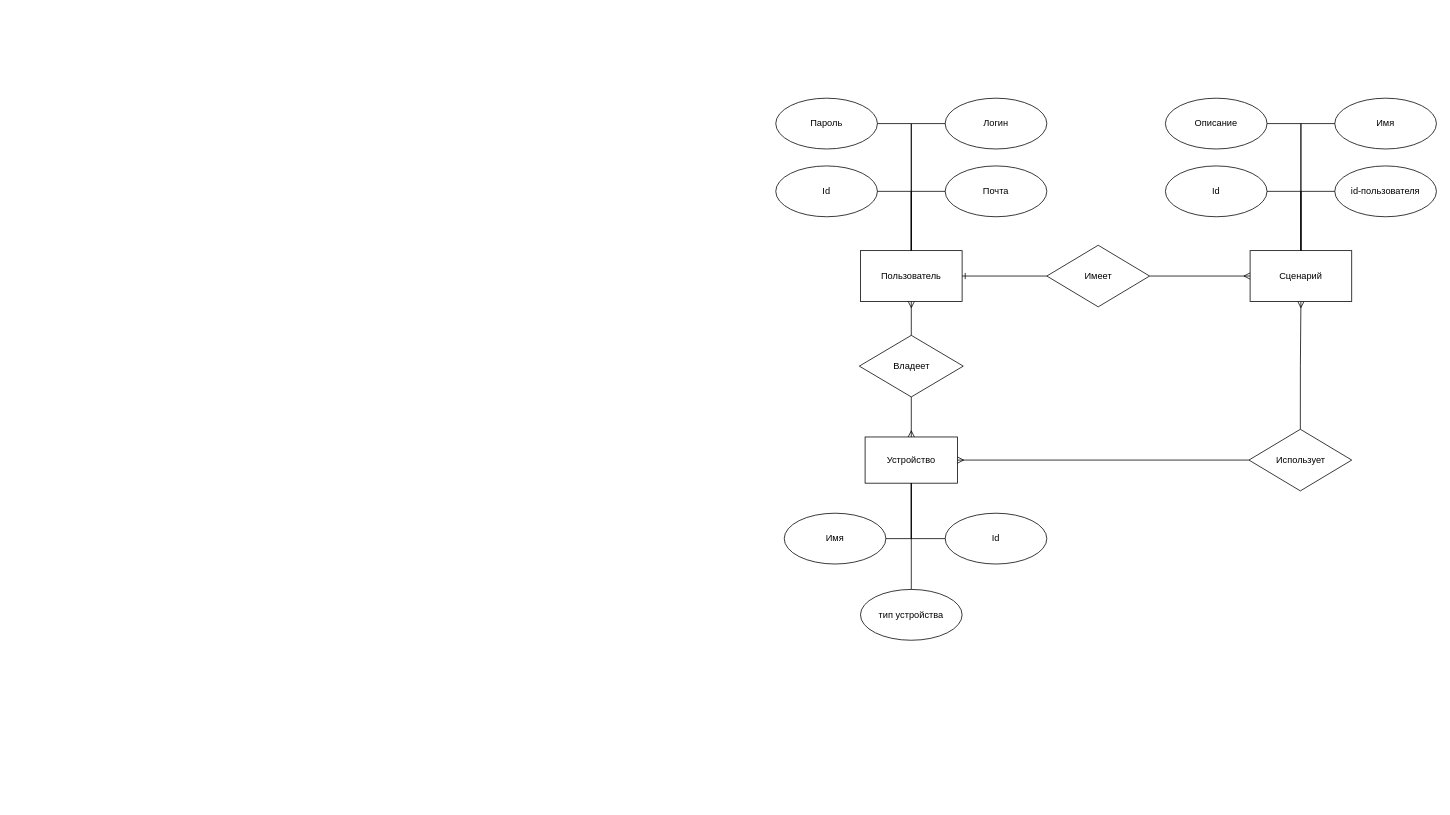
The draw.io diagram other/er.drawio in Mamvriyskiy/IoT_system, before the edit. Source tidied: cells renumbered, new cells numbered last; positions are measured from the earlier drawing's top-left corner, leaving out a move shared by most shapes. Both pictures are drawn from the tidied source at 77%, with x=0, y=0 at pixel (775, 98).
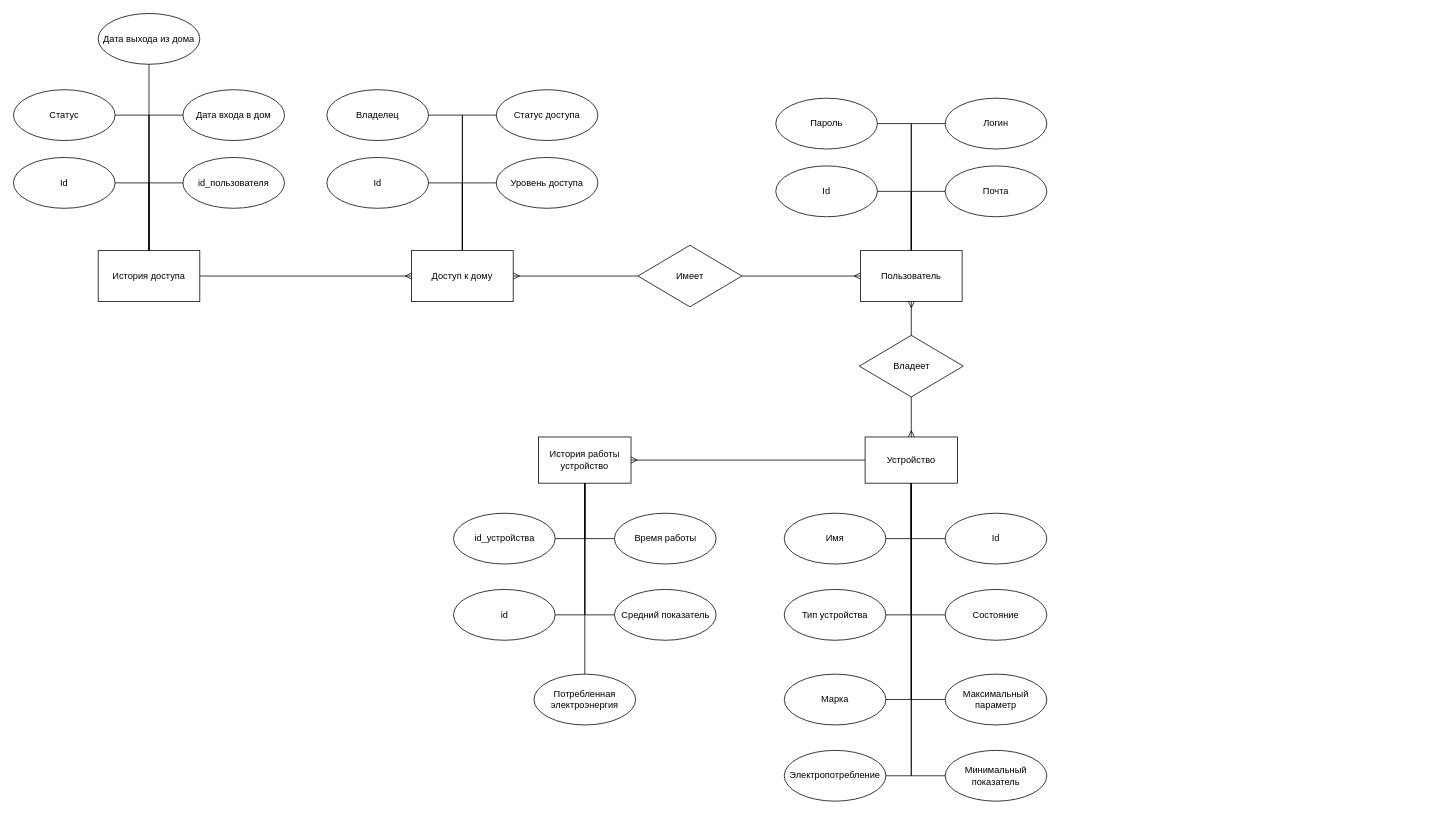
The same diagram, later.

The change refers to these unchanged cells:
```xml
<mxCell id="2" value="Пользователь" style="rounded=0;whiteSpace=wrap;html=1;" parent="1" vertex="1">
  <mxGeometry x="110" y="198" width="132" height="66" as="geometry" />
</mxCell>
<mxCell id="11" value="Устройство" style="rounded=0;whiteSpace=wrap;html=1;" parent="1" vertex="1">
  <mxGeometry x="116" y="440" width="120" height="60" as="geometry" />
</mxCell>
```

Diff of the diagram source:
```diff
@@
-    <mxCell id="19" value="Сценарий" style="rounded=0;whiteSpace=wrap;html=1;" parent="1" vertex="1">
-      <mxGeometry x="616" y="198" width="132" height="66" as="geometry" />
-    </mxCell>
-    <mxCell id="20" value="Описание" style="ellipse;whiteSpace=wrap;html=1;" parent="1" vertex="1">
-      <mxGeometry x="506" width="132" height="66" as="geometry" />
-    </mxCell>
-    <mxCell id="21" value="Имя" style="ellipse;whiteSpace=wrap;html=1;" parent="1" vertex="1">
-      <mxGeometry x="726" width="132" height="66" as="geometry" />
-    </mxCell>
-    <mxCell id="22" value="Id" style="ellipse;whiteSpace=wrap;html=1;" parent="1" vertex="1">
-      <mxGeometry x="506" y="88" width="132" height="66" as="geometry" />
-    </mxCell>
-    <mxCell id="23" value="id-пользователя" style="ellipse;whiteSpace=wrap;html=1;" parent="1" vertex="1">
-      <mxGeometry x="726" y="88" width="132" height="66" as="geometry" />
-    </mxCell>
-    <mxCell id="24" style="endArrow=none;html=1;rounded=0;exitX=0.5;exitY=0;exitDx=0;exitDy=0;entryX=0;entryY=0.5;entryDx=0;entryDy=0;" parent="1" edge="1" target="21">
-      <mxGeometry relative="1" as="geometry">
-        <mxPoint x="682" y="198" as="sourcePoint" />
-        <Array as="points">
-          <mxPoint x="682" y="33" />
-        </Array>
-      </mxGeometry>
-    </mxCell>
-    <mxCell id="25" style="endArrow=none;html=1;rounded=0;exitX=0.5;exitY=0;exitDx=0;exitDy=0;entryX=1;entryY=0.5;entryDx=0;entryDy=0;" parent="1" edge="1" target="20">
-      <mxGeometry relative="1" as="geometry">
-        <mxPoint x="682" y="198" as="sourcePoint" />
-        <Array as="points">
-          <mxPoint x="682" y="33" />
-        </Array>
-      </mxGeometry>
-    </mxCell>
-    <mxCell id="26" style="endArrow=none;html=1;rounded=0;exitX=0.5;exitY=0;exitDx=0;exitDy=0;entryX=0;entryY=0.5;entryDx=0;entryDy=0;" parent="1" edge="1" target="23">
-      <mxGeometry relative="1" as="geometry">
-        <mxPoint x="682" y="198" as="sourcePoint" />
-        <Array as="points">
-          <mxPoint x="682" y="121" />
-        </Array>
-      </mxGeometry>
-    </mxCell>
-    <mxCell id="27" style="endArrow=none;html=1;rounded=0;exitX=0.5;exitY=0;exitDx=0;exitDy=0;entryX=1;entryY=0.5;entryDx=0;entryDy=0;" parent="1" edge="1" target="22">
-      <mxGeometry relative="1" as="geometry">
-        <mxPoint x="682" y="198" as="sourcePoint" />
-        <Array as="points">
-          <mxPoint x="682" y="121" />
-        </Array>
-      </mxGeometry>
-    </mxCell>
+    <mxCell id="34" value="Тип устройства" style="ellipse;whiteSpace=wrap;html=1;" parent="1" vertex="1">
+      <mxGeometry x="11" y="638" width="132" height="66" as="geometry" />
+    </mxCell>
+    <mxCell id="36" value="Состояние" style="ellipse;whiteSpace=wrap;html=1;" parent="1" vertex="1">
+      <mxGeometry x="220" y="638" width="132" height="66" as="geometry" />
+    </mxCell>
+    <mxCell id="37" value="Марка" style="ellipse;whiteSpace=wrap;html=1;" parent="1" vertex="1">
+      <mxGeometry x="11" y="748" width="132" height="66" as="geometry" />
+    </mxCell>
+    <mxCell id="38" value="Максимальный параметр" style="ellipse;whiteSpace=wrap;html=1;" parent="1" vertex="1">
+      <mxGeometry x="220" y="748" width="132" height="66" as="geometry" />
+    </mxCell>
+    <mxCell id="39" value="Минимальный показатель" style="ellipse;whiteSpace=wrap;html=1;" parent="1" vertex="1">
+      <mxGeometry x="220" y="847" width="132" height="66" as="geometry" />
+    </mxCell>
+    <mxCell id="40" style="endArrow=none;html=1;rounded=0;entryX=0.5;entryY=1;entryDx=0;entryDy=0;exitX=1;exitY=0.5;exitDx=0;exitDy=0;" parent="1" edge="1" source="34" target="11">
+      <mxGeometry relative="1" as="geometry">
+        <Array as="points">
+          <mxPoint x="176" y="671" />
+        </Array>
+      </mxGeometry>
+    </mxCell>
+    <mxCell id="41" style="endArrow=none;html=1;rounded=0;entryX=0.5;entryY=1;entryDx=0;entryDy=0;exitX=0;exitY=0.5;exitDx=0;exitDy=0;" parent="1" edge="1" source="36" target="11">
+      <mxGeometry relative="1" as="geometry">
+        <Array as="points">
+          <mxPoint x="176" y="671" />
+        </Array>
+      </mxGeometry>
+    </mxCell>
+    <mxCell id="42" style="endArrow=none;html=1;rounded=0;entryX=0.5;entryY=1;entryDx=0;entryDy=0;exitX=1;exitY=0.5;exitDx=0;exitDy=0;" parent="1" edge="1" source="37" target="11">
+      <mxGeometry relative="1" as="geometry">
+        <Array as="points">
+          <mxPoint x="176" y="781" />
+        </Array>
+      </mxGeometry>
+    </mxCell>
+    <mxCell id="43" style="endArrow=none;html=1;rounded=0;entryX=0.5;entryY=1;entryDx=0;entryDy=0;exitX=0;exitY=0.5;exitDx=0;exitDy=0;" parent="1" edge="1" source="38" target="11">
+      <mxGeometry relative="1" as="geometry">
+        <Array as="points">
+          <mxPoint x="176" y="781" />
+        </Array>
+      </mxGeometry>
+    </mxCell>
+    <mxCell id="44" style="endArrow=none;html=1;rounded=0;entryX=0.5;entryY=1;entryDx=0;entryDy=0;exitX=1;exitY=0.5;exitDx=0;exitDy=0;" parent="1" edge="1" target="11">
+      <mxGeometry relative="1" as="geometry">
+        <mxPoint x="143" y="880" as="sourcePoint" />
+        <Array as="points">
+          <mxPoint x="176" y="880" />
+        </Array>
+      </mxGeometry>
+    </mxCell>
+    <mxCell id="45" style="endArrow=none;html=1;rounded=0;entryX=0.5;entryY=1;entryDx=0;entryDy=0;exitX=0;exitY=0.5;exitDx=0;exitDy=0;" parent="1" edge="1" source="39" target="11">
+      <mxGeometry relative="1" as="geometry">
+        <Array as="points">
+          <mxPoint x="176" y="880" />
+        </Array>
+      </mxGeometry>
+    </mxCell>
+    <mxCell id="46" value="Электропотребление" style="ellipse;whiteSpace=wrap;html=1;" parent="1" vertex="1">
+      <mxGeometry x="11" y="847" width="132" height="66" as="geometry" />
+    </mxCell>
+    <mxCell id="47" value="История работы устройство" style="rounded=0;whiteSpace=wrap;html=1;" parent="1" vertex="1">
+      <mxGeometry x="-308" y="440" width="120" height="60" as="geometry" />
+    </mxCell>
+    <mxCell id="48" style="endArrow=ERmany;html=1;rounded=0;exitX=0;exitY=0.5;exitDx=0;exitDy=0;entryX=1;entryY=0.5;entryDx=0;entryDy=0;startArrow=none;startFill=0;endFill=0;" parent="1" edge="1" source="11" target="47">
+      <mxGeometry relative="1" as="geometry" />
+    </mxCell>
+    <mxCell id="49" value="id_устройства" style="ellipse;whiteSpace=wrap;html=1;" parent="1" vertex="1">
+      <mxGeometry x="-418.5" y="539" width="132" height="66" as="geometry" />
+    </mxCell>
+    <mxCell id="50" value="Время работы" style="ellipse;whiteSpace=wrap;html=1;" parent="1" vertex="1">
+      <mxGeometry x="-209.5" y="539" width="132" height="66" as="geometry" />
+    </mxCell>
+    <mxCell id="51" value="id" style="ellipse;whiteSpace=wrap;html=1;" parent="1" vertex="1">
+      <mxGeometry x="-418.5" y="638" width="132" height="66" as="geometry" />
+    </mxCell>
+    <mxCell id="52" value="Средний показатель" style="ellipse;whiteSpace=wrap;html=1;" parent="1" vertex="1">
+      <mxGeometry x="-209.5" y="638" width="132" height="66" as="geometry" />
+    </mxCell>
+    <mxCell id="53" style="endArrow=none;html=1;rounded=0;entryX=0.5;entryY=1;entryDx=0;entryDy=0;exitX=1;exitY=0.5;exitDx=0;exitDy=0;" parent="1" edge="1" source="51" target="47">
+      <mxGeometry relative="1" as="geometry">
+        <Array as="points">
+          <mxPoint x="-248" y="671" />
+        </Array>
+      </mxGeometry>
+    </mxCell>
+    <mxCell id="54" style="endArrow=none;html=1;rounded=0;entryX=0.5;entryY=1;entryDx=0;entryDy=0;exitX=0;exitY=0.5;exitDx=0;exitDy=0;" parent="1" edge="1" source="52" target="47">
+      <mxGeometry relative="1" as="geometry">
+        <Array as="points">
+          <mxPoint x="-248" y="671" />
+        </Array>
+      </mxGeometry>
+    </mxCell>
+    <mxCell id="55" style="endArrow=none;html=1;rounded=0;entryX=0.5;entryY=1;entryDx=0;entryDy=0;exitX=1;exitY=0.5;exitDx=0;exitDy=0;" parent="1" edge="1" source="49" target="47">
+      <mxGeometry relative="1" as="geometry">
+        <Array as="points">
+          <mxPoint x="-248" y="572" />
+        </Array>
+      </mxGeometry>
+    </mxCell>
+    <mxCell id="56" style="endArrow=none;html=1;rounded=0;exitX=0;exitY=0.5;exitDx=0;exitDy=0;entryX=0.5;entryY=1;entryDx=0;entryDy=0;" parent="1" edge="1" source="50" target="47">
+      <mxGeometry relative="1" as="geometry">
+        <Array as="points">
+          <mxPoint x="-248" y="572" />
+        </Array>
+      </mxGeometry>
+    </mxCell>
+    <mxCell id="57" value="Потребленная электроэнергия" style="ellipse;whiteSpace=wrap;html=1;" parent="1" vertex="1">
+      <mxGeometry x="-314" y="748" width="132" height="66" as="geometry" />
+    </mxCell>
+    <mxCell id="58" style="endArrow=none;html=1;rounded=0;entryX=0.5;entryY=1;entryDx=0;entryDy=0;exitX=0.5;exitY=0;exitDx=0;exitDy=0;" parent="1" edge="1" source="57" target="47">
+      <mxGeometry relative="1" as="geometry" />
+    </mxCell>
+    <mxCell id="30" value="Имеет" style="rhombus;whiteSpace=wrap;html=1;" parent="1" vertex="1">
+      <mxGeometry x="-179" y="191" width="135" height="80" as="geometry" />
+    </mxCell>
-    <mxCell id="28" style="edgeStyle=orthogonalEdgeStyle;rounded=0;jettySize=auto;html=1;exitX=0;exitY=0.5;exitDx=0;exitDy=0;entryX=1;entryY=0.5;entryDx=0;entryDy=0;endArrow=ERone;endFill=0;" parent="1" edge="1" source="30" target="2">
+    <mxCell id="28" style="endArrow=ERmany;html=1;rounded=0;entryX=0;entryY=0.5;entryDx=0;entryDy=0;exitX=1;exitY=0.5;exitDx=0;exitDy=0;startArrow=none;startFill=0;endFill=0;" parent="1" edge="1" source="30" target="2">
       <mxGeometry relative="1" as="geometry" />
     </mxCell>
-    <mxCell id="29" style="edgeStyle=orthogonalEdgeStyle;rounded=0;jettySize=auto;html=1;exitX=1;exitY=0.5;exitDx=0;exitDy=0;entryX=0;entryY=0.5;entryDx=0;entryDy=0;endArrow=ERmany;endFill=0;" parent="1" edge="1" source="30" target="19">
-      <mxGeometry relative="1" as="geometry" />
-    </mxCell>
-    <mxCell id="30" value="Имеет" style="rhombus;whiteSpace=wrap;html=1;" parent="1" vertex="1">
-      <mxGeometry x="352" y="191" width="133.5" height="80" as="geometry" />
-    </mxCell>
-    <mxCell id="31" style="edgeStyle=orthogonalEdgeStyle;rounded=0;jettySize=auto;html=1;exitX=0;exitY=0.5;exitDx=0;exitDy=0;entryX=1;entryY=0.5;entryDx=0;entryDy=0;endArrow=ERmany;endFill=0;" parent="1" edge="1" source="33" target="11">
-      <mxGeometry relative="1" as="geometry" />
-    </mxCell>
-    <mxCell id="32" style="edgeStyle=orthogonalEdgeStyle;rounded=0;jettySize=auto;html=1;exitX=0.5;exitY=0;exitDx=0;exitDy=0;entryX=0.5;entryY=1;entryDx=0;entryDy=0;endArrow=ERmany;endFill=0;" parent="1" edge="1" source="33" target="19">
-      <mxGeometry relative="1" as="geometry" />
-    </mxCell>
-    <mxCell id="33" value="Использует" style="rhombus;whiteSpace=wrap;html=1;" parent="1" vertex="1">
-      <mxGeometry x="614.5" y="430" width="133.5" height="80" as="geometry" />
-    </mxCell>
-    <mxCell id="34" value="тип устройства" style="ellipse;whiteSpace=wrap;html=1;" parent="1" vertex="1">
-      <mxGeometry x="110" y="638" width="132" height="66" as="geometry" />
-    </mxCell>
-    <mxCell id="35" style="endArrow=none;html=1;rounded=0;exitX=0.5;exitY=1;exitDx=0;exitDy=0;" parent="1" edge="1" source="11" target="34">
-      <mxGeometry relative="1" as="geometry" />
-    </mxCell>
+    <mxCell id="59" value="Доступ к дому" style="rounded=0;whiteSpace=wrap;html=1;" parent="1" vertex="1">
+      <mxGeometry x="-473" y="198" width="132" height="66" as="geometry" />
+    </mxCell>
+    <mxCell id="60" style="endArrow=none;html=1;rounded=0;entryX=0;entryY=0.5;entryDx=0;entryDy=0;exitX=1;exitY=0.5;exitDx=0;exitDy=0;startArrow=ERmany;startFill=0;" parent="1" edge="1" source="59" target="30">
+      <mxGeometry relative="1" as="geometry" />
+    </mxCell>
+    <mxCell id="61" value="Владелец" style="ellipse;whiteSpace=wrap;html=1;" parent="1" vertex="1">
+      <mxGeometry x="-583" y="-11" width="132" height="66" as="geometry" />
+    </mxCell>
+    <mxCell id="62" value="Статус доступа" style="ellipse;whiteSpace=wrap;html=1;" parent="1" vertex="1">
+      <mxGeometry x="-363" y="-11" width="132" height="66" as="geometry" />
+    </mxCell>
+    <mxCell id="63" value="Id" style="ellipse;whiteSpace=wrap;html=1;" parent="1" vertex="1">
+      <mxGeometry x="-583" y="77" width="132" height="66" as="geometry" />
+    </mxCell>
+    <mxCell id="64" value="Уровень доступа" style="ellipse;whiteSpace=wrap;html=1;" parent="1" vertex="1">
+      <mxGeometry x="-363" y="77" width="132" height="66" as="geometry" />
+    </mxCell>
+    <mxCell id="65" style="endArrow=none;html=1;rounded=0;entryX=1;entryY=0.5;entryDx=0;entryDy=0;exitX=0.5;exitY=0;exitDx=0;exitDy=0;" parent="1" edge="1" source="59" target="61">
+      <mxGeometry relative="1" as="geometry">
+        <Array as="points">
+          <mxPoint x="-407" y="22" />
+        </Array>
+      </mxGeometry>
+    </mxCell>
+    <mxCell id="66" style="endArrow=none;html=1;rounded=0;entryX=0;entryY=0.5;entryDx=0;entryDy=0;exitX=0.5;exitY=0;exitDx=0;exitDy=0;" parent="1" edge="1" source="59" target="62">
+      <mxGeometry relative="1" as="geometry">
+        <Array as="points">
+          <mxPoint x="-407" y="22" />
+        </Array>
+      </mxGeometry>
+    </mxCell>
+    <mxCell id="67" style="endArrow=none;html=1;rounded=0;entryX=1;entryY=0.5;entryDx=0;entryDy=0;exitX=0.5;exitY=0;exitDx=0;exitDy=0;" parent="1" edge="1" source="59" target="63">
+      <mxGeometry relative="1" as="geometry">
+        <Array as="points">
+          <mxPoint x="-407" y="110" />
+        </Array>
+      </mxGeometry>
+    </mxCell>
+    <mxCell id="68" style="endArrow=none;html=1;rounded=0;entryX=0;entryY=0.5;entryDx=0;entryDy=0;exitX=0.5;exitY=0;exitDx=0;exitDy=0;" parent="1" edge="1" source="59" target="64">
+      <mxGeometry relative="1" as="geometry">
+        <Array as="points">
+          <mxPoint x="-407" y="110" />
+        </Array>
+      </mxGeometry>
+    </mxCell>
+    <mxCell id="69" value="История доступа" style="rounded=0;whiteSpace=wrap;html=1;" parent="1" vertex="1">
+      <mxGeometry x="-880" y="198" width="132" height="66" as="geometry" />
+    </mxCell>
+    <mxCell id="70" value="Дата входа в дом" style="ellipse;whiteSpace=wrap;html=1;" parent="1" vertex="1">
+      <mxGeometry x="-770" y="-11" width="132" height="66" as="geometry" />
+    </mxCell>
+    <mxCell id="71" value="Id" style="ellipse;whiteSpace=wrap;html=1;" parent="1" vertex="1">
+      <mxGeometry x="-990" y="77" width="132" height="66" as="geometry" />
+    </mxCell>
+    <mxCell id="72" value="id_пользователя" style="ellipse;whiteSpace=wrap;html=1;" parent="1" vertex="1">
+      <mxGeometry x="-770" y="77" width="132" height="66" as="geometry" />
+    </mxCell>
+    <mxCell id="73" style="endArrow=none;html=1;rounded=0;entryX=1;entryY=0.5;entryDx=0;entryDy=0;exitX=0.5;exitY=0;exitDx=0;exitDy=0;" parent="1" edge="1" source="69">
+      <mxGeometry relative="1" as="geometry">
+        <mxPoint x="-858" y="22" as="targetPoint" />
+        <Array as="points">
+          <mxPoint x="-814" y="22" />
+        </Array>
+      </mxGeometry>
+    </mxCell>
+    <mxCell id="74" style="endArrow=none;html=1;rounded=0;entryX=0;entryY=0.5;entryDx=0;entryDy=0;exitX=0.5;exitY=0;exitDx=0;exitDy=0;" parent="1" edge="1" source="69" target="70">
+      <mxGeometry relative="1" as="geometry">
+        <Array as="points">
+          <mxPoint x="-814" y="22" />
+        </Array>
+      </mxGeometry>
+    </mxCell>
+    <mxCell id="75" style="endArrow=none;html=1;rounded=0;entryX=1;entryY=0.5;entryDx=0;entryDy=0;exitX=0.5;exitY=0;exitDx=0;exitDy=0;" parent="1" edge="1" source="69" target="71">
+      <mxGeometry relative="1" as="geometry">
+        <Array as="points">
+          <mxPoint x="-814" y="110" />
+        </Array>
+      </mxGeometry>
+    </mxCell>
+    <mxCell id="76" style="endArrow=none;html=1;rounded=0;entryX=0;entryY=0.5;entryDx=0;entryDy=0;exitX=0.5;exitY=0;exitDx=0;exitDy=0;" parent="1" edge="1" source="69" target="72">
+      <mxGeometry relative="1" as="geometry">
+        <Array as="points">
+          <mxPoint x="-814" y="110" />
+        </Array>
+      </mxGeometry>
+    </mxCell>
+    <mxCell id="77" style="endArrow=ERmany;html=1;rounded=0;entryX=0;entryY=0.5;entryDx=0;entryDy=0;exitX=1;exitY=0.5;exitDx=0;exitDy=0;endFill=0;" parent="1" edge="1" source="69" target="59">
+      <mxGeometry relative="1" as="geometry" />
+    </mxCell>
+    <mxCell id="78" value="Дата выхода из дома" style="ellipse;whiteSpace=wrap;html=1;" parent="1" vertex="1">
+      <mxGeometry x="-880" y="-110" width="132" height="66" as="geometry" />
+    </mxCell>
+    <mxCell id="79" value="Статус" style="ellipse;whiteSpace=wrap;html=1;" parent="1" vertex="1">
+      <mxGeometry x="-990" y="-11" width="132" height="66" as="geometry" />
+    </mxCell>
+    <mxCell id="80" style="endArrow=none;html=1;rounded=0;entryX=0.5;entryY=1;entryDx=0;entryDy=0;" parent="1" edge="1" target="78">
+      <mxGeometry relative="1" as="geometry">
+        <mxPoint x="-814" y="198" as="sourcePoint" />
+      </mxGeometry>
+    </mxCell>
```
